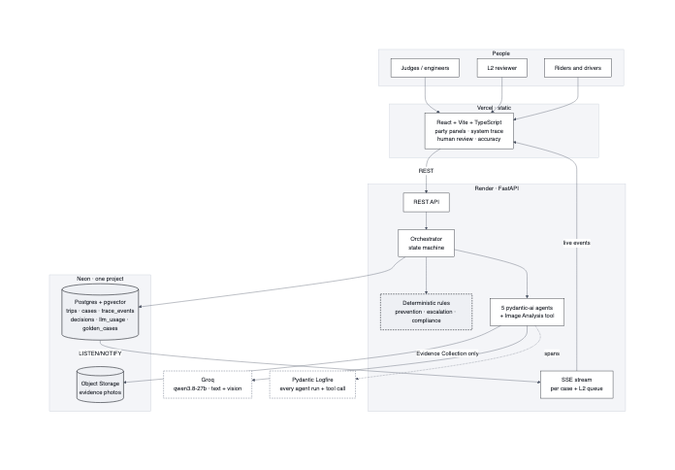
The Mermaid diagram docs/diagrams/deployment.png in suryaansh2002/ryde-dispute-resolution-tencent, before a commit. Its source is kept beside it as docs/diagrams/deployment.mmd.
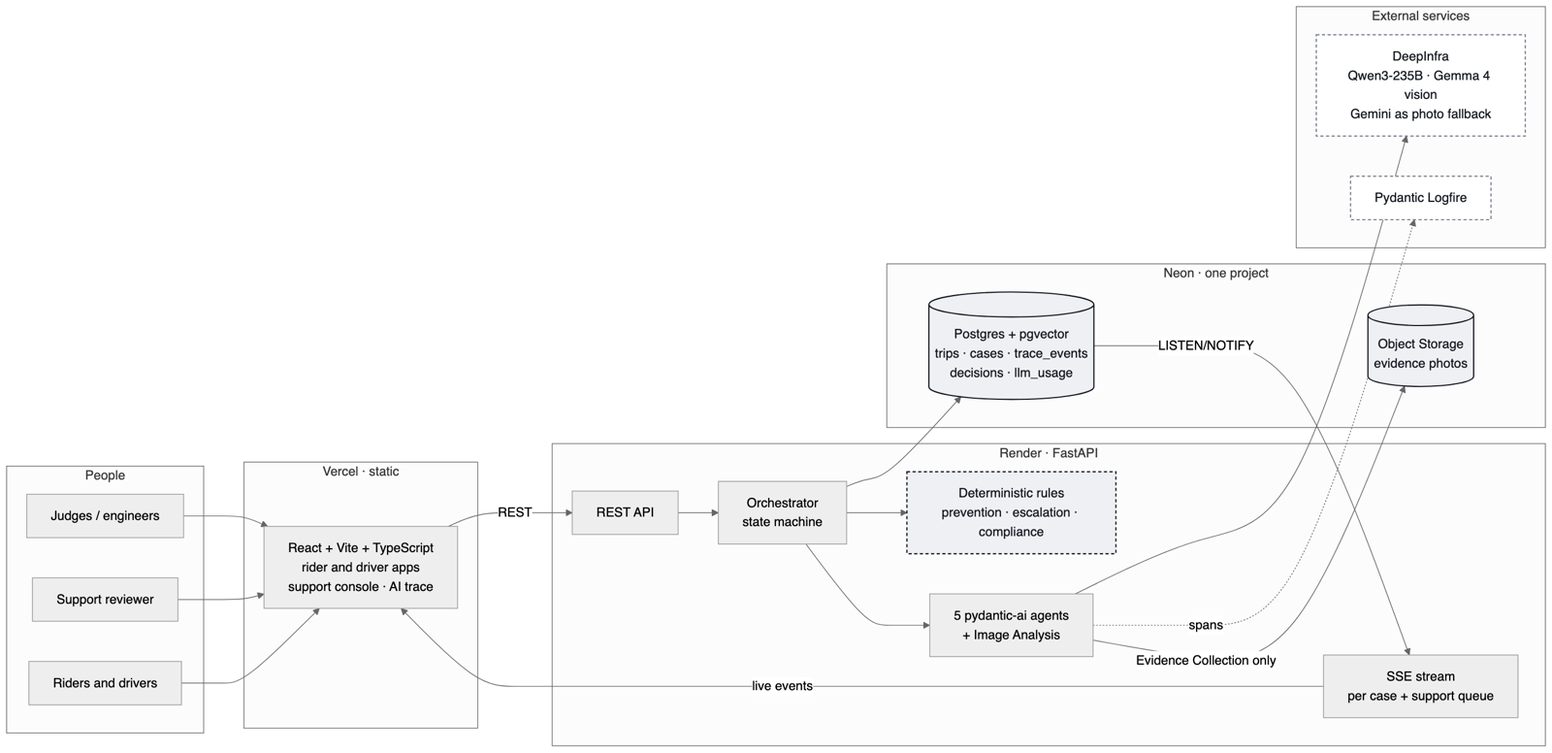
Later version of the same file.

What changed in the source:
```diff
@@ -1,40 +1,43 @@
-flowchart TB
+flowchart LR
     subgraph users [People]
         party[Riders and drivers]
-        reviewer[L2 reviewer]
+        reviewer[Support reviewer]
         judges[Judges / engineers]
     end
     subgraph vercel [Vercel · static]
-        web[React + Vite + TypeScript<br/>party panels · system trace<br/>human review · accuracy]
+        web[React + Vite + TypeScript<br/>rider and driver apps<br/>support console · AI trace]
     end
     subgraph render [Render · FastAPI]
         api[REST API]
-        sse[SSE stream<br/>per case + L2 queue]
         orch[Orchestrator<br/>state machine]
         rules[Deterministic rules<br/>prevention · escalation · compliance]
-        agents[5 pydantic-ai agents<br/>+ Image Analysis tool]
+        agents[5 pydantic-ai agents<br/>+ Image Analysis]
+        sse[SSE stream<br/>per case + support queue]
     end
     subgraph neon [Neon · one project]
-        pg[(Postgres + pgvector<br/>trips · cases · trace_events<br/>decisions · llm_usage · golden_cases)]
+        pg[(Postgres + pgvector<br/>trips · cases · trace_events<br/>decisions · llm_usage)]
         obj[(Object Storage<br/>evidence photos)]
     end
-    groq[Groq<br/>qwen3.8-27b · text + vision]
-    logfire[Pydantic Logfire<br/>every agent run + tool call]
+    subgraph ext [External services]
+        models[DeepInfra<br/>Qwen3-235B · Gemma 4 vision<br/>Gemini as photo fallback]
+        logfire[Pydantic Logfire]
+    end
 
     party & reviewer & judges --> web
     web -- REST --> api
+    api --> orch
+    orch --> rules
+    orch --> agents
+    orch --> pg
+    agents -- Evidence Collection only --> obj
+    agents --> models
+    agents -. spans .-> logfire
+    pg -- LISTEN/NOTIFY --> sse
     sse -- live events --> web
-    api --> orch --> rules
-    orch --> agents
-    agents --> groq
-    agents -. spans .-> logfire
-    orch --> pg
-    pg -- LISTEN/NOTIFY --> sse
-    agents -- Evidence Collection only --> obj
 
     classDef store fill:#eef0f4,stroke:#10141c,stroke-width:1.5px,color:#10141c
-    classDef ext fill:#ffffff,stroke:#79808f,stroke-width:1.5px,stroke-dasharray:4 3,color:#10141c
+    classDef extn fill:#ffffff,stroke:#79808f,stroke-width:1.5px,stroke-dasharray:4 3,color:#10141c
     classDef rule fill:#eef0f4,stroke:#10141c,stroke-width:1.5px,stroke-dasharray:4 3,color:#10141c
     class pg,obj store
-    class groq,logfire ext
+    class models,logfire extn
     class rules rule
```
